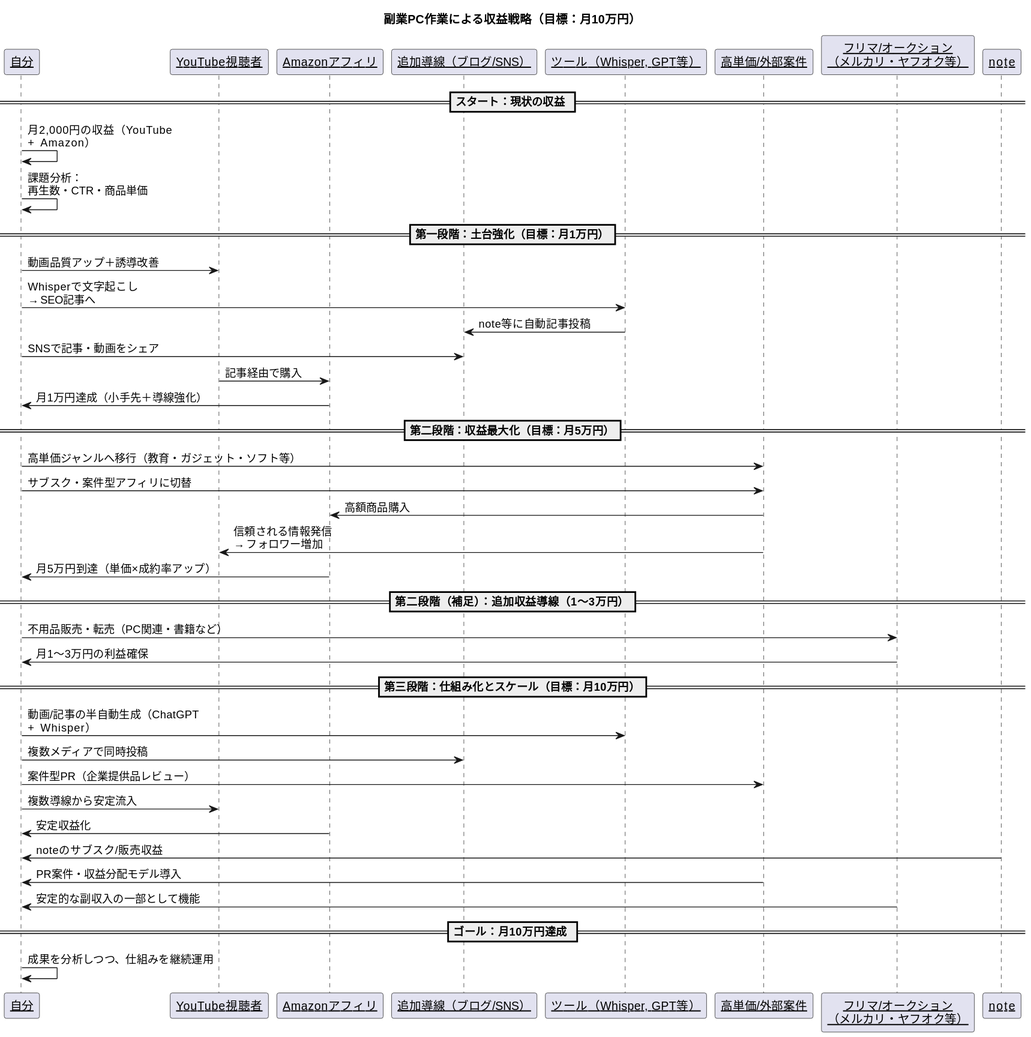
This is out/it_affiriate_howto2.svg from coacoa/images, a PlantUML export, as it was before one commit.
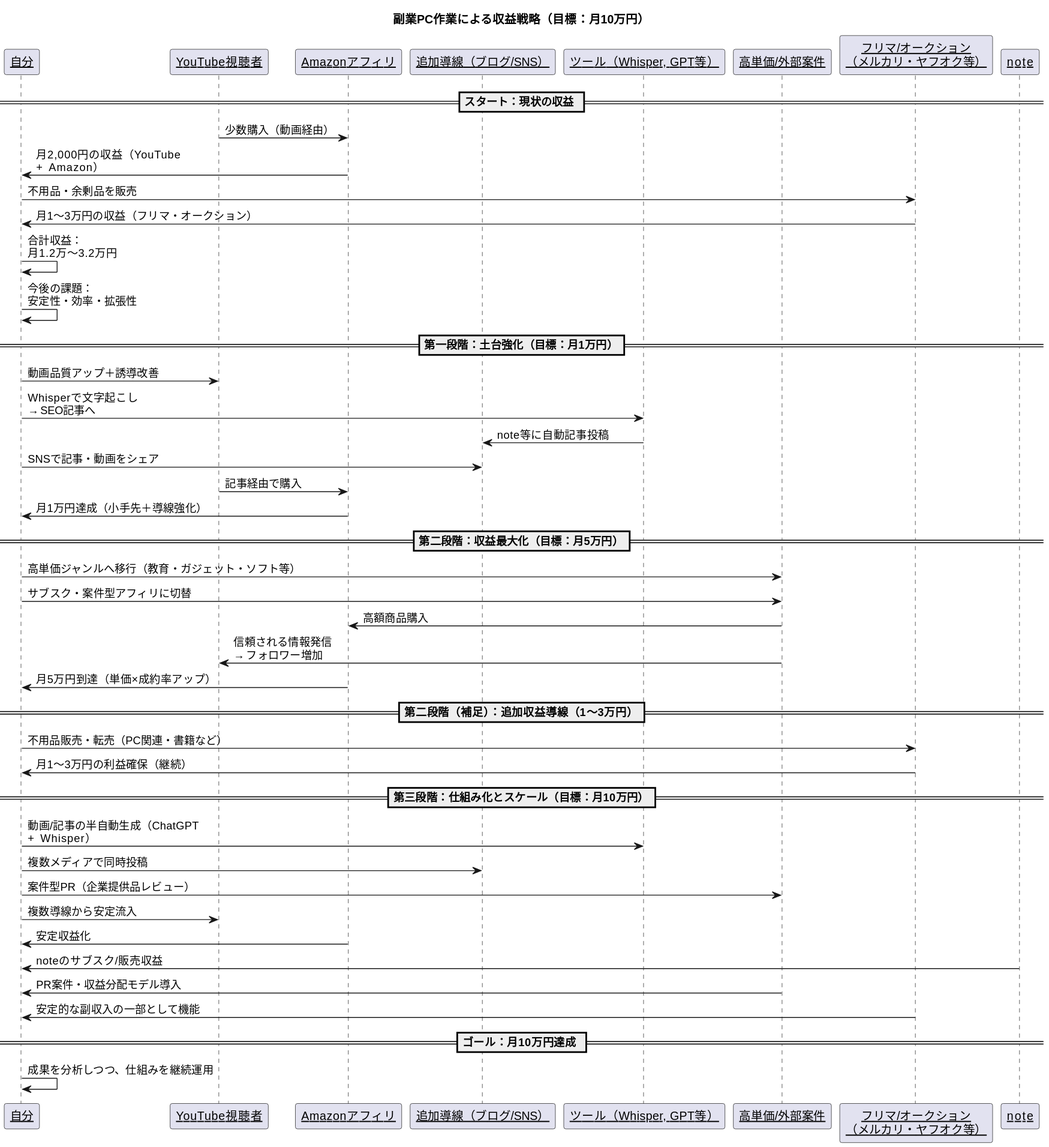
The same file after the commit.

Diff of the diagram source:
```diff
@@ -13,8 +13,14 @@
 
 == スタート：現状の収益 ==
 
-Me -> Me : 月2,000円の収益（YouTube + Amazon）
-Me -> Me : 課題分析：再生数・CTR・商品単価
+Viewer -> Amazon : 少数購入（動画経由）
+Amazon -> Me : 月2,000円の収益（YouTube + Amazon）
+
+Me -> FleaMarket : 不用品・余剰品を販売
+FleaMarket -> Me : 月1〜3万円の収益（フリマ・オークション）
+
+Me -> Me : 合計収益：月1.2万〜3.2万円
+Me -> Me : 今後の課題：安定性・効率・拡張性
 
 == 第一段階：土台強化（目標：月1万円）==
 
@@ -36,7 +42,7 @@
 == 第二段階（補足）：追加収益導線（1〜3万円）==
 
 Me -> FleaMarket : 不用品販売・転売（PC関連・書籍など）
-FleaMarket -> Me : 月1〜3万円の利益確保
+FleaMarket -> Me : 月1〜3万円の利益確保（継続）
 
 == 第三段階：仕組み化とスケール（目標：月10万円）==
 
```
